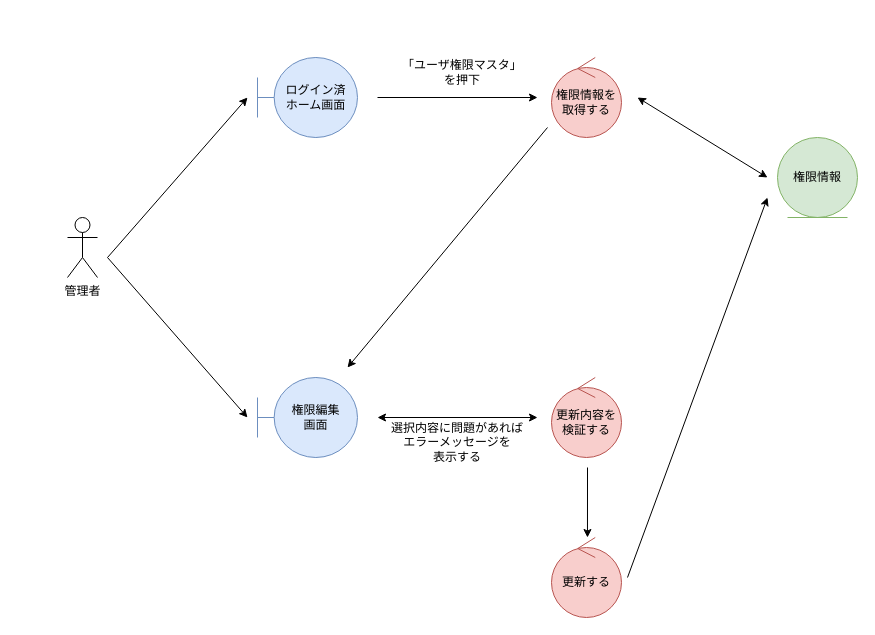
Earlier version of the draw.io diagram 各種設計書/3ロバストネス図/マスタ管理/3.ユーザ権限マスタ.drawio (HaruShim/Sotuken). Source tidied: cells renumbered, new cells numbered last; positions are measured from the earlier drawing's top-left corner, leaving out a move shared by most shapes. Both pictures are drawn from the tidied source at 100%, with x=0, y=0 at pixel (67, 57).
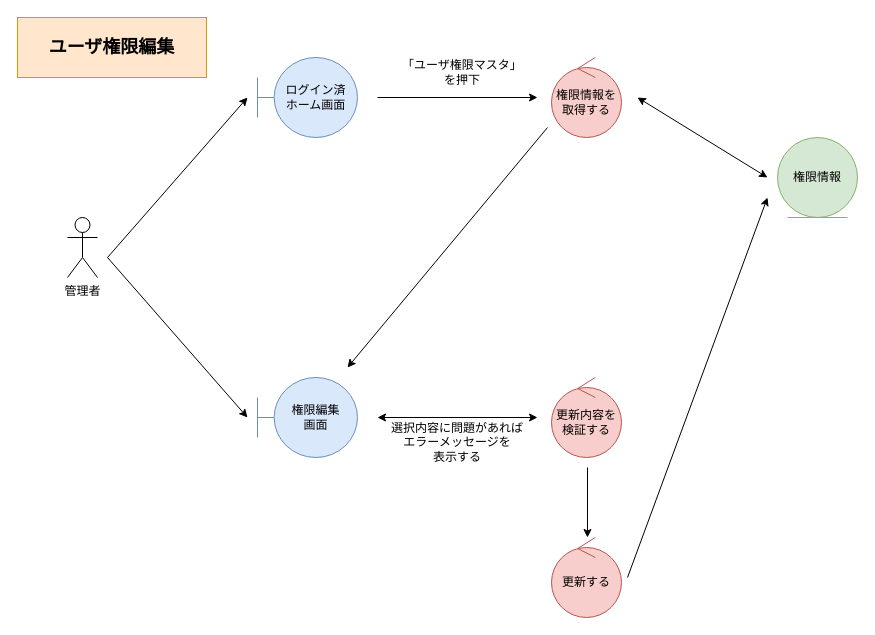
The same page after the edit.

The edit, as a diff of the source:
```diff
@@
+    <mxCell id="19" value="ユーザ権限編集" style="rounded=0;whiteSpace=wrap;html=1;fillColor=#ffe6cc;strokeColor=#d79b00;fontStyle=1;fontSize=18;" parent="1" vertex="1">
+      <mxGeometry x="-50" y="-40" width="189" height="60" as="geometry" />
+    </mxCell>
```
